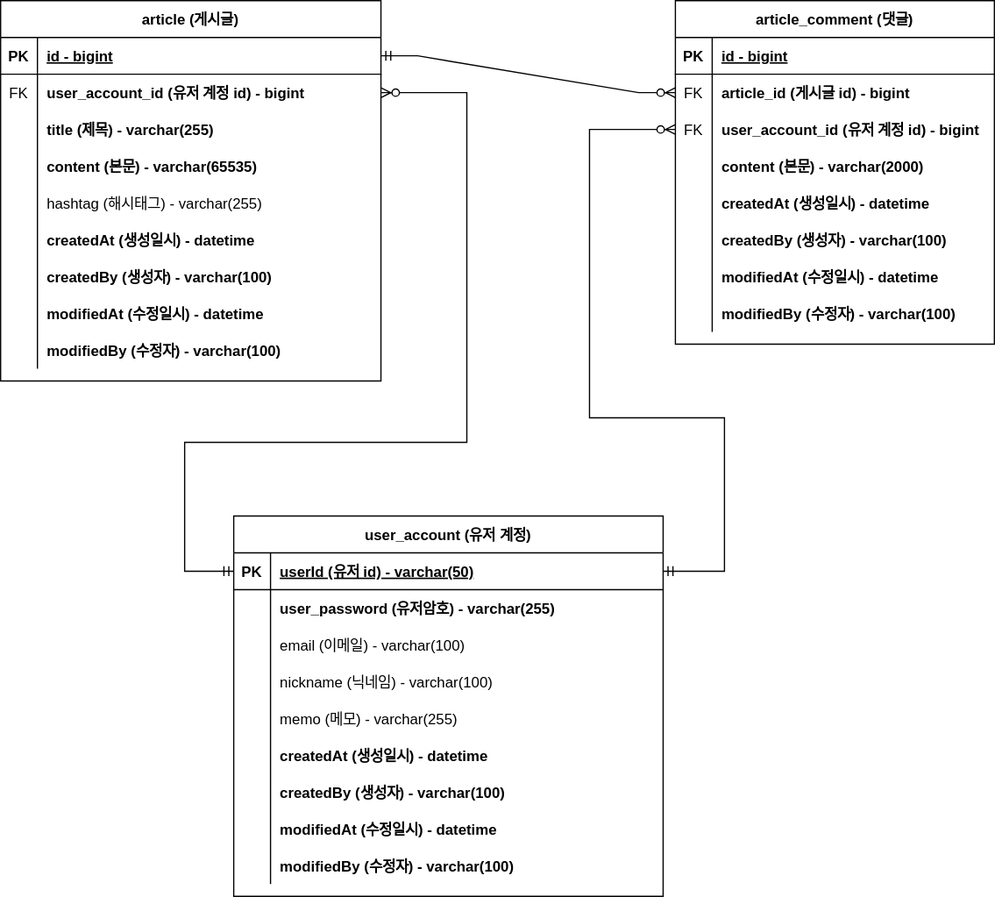
The draw.io diagram document/project-board-erd.svg in b2b2004/Spring-project-board, before a commit. Source tidied: cells renumbered, new cells last; positions are measured from the earlier drawing's top-left corner, leaving out a move shared by most shapes.
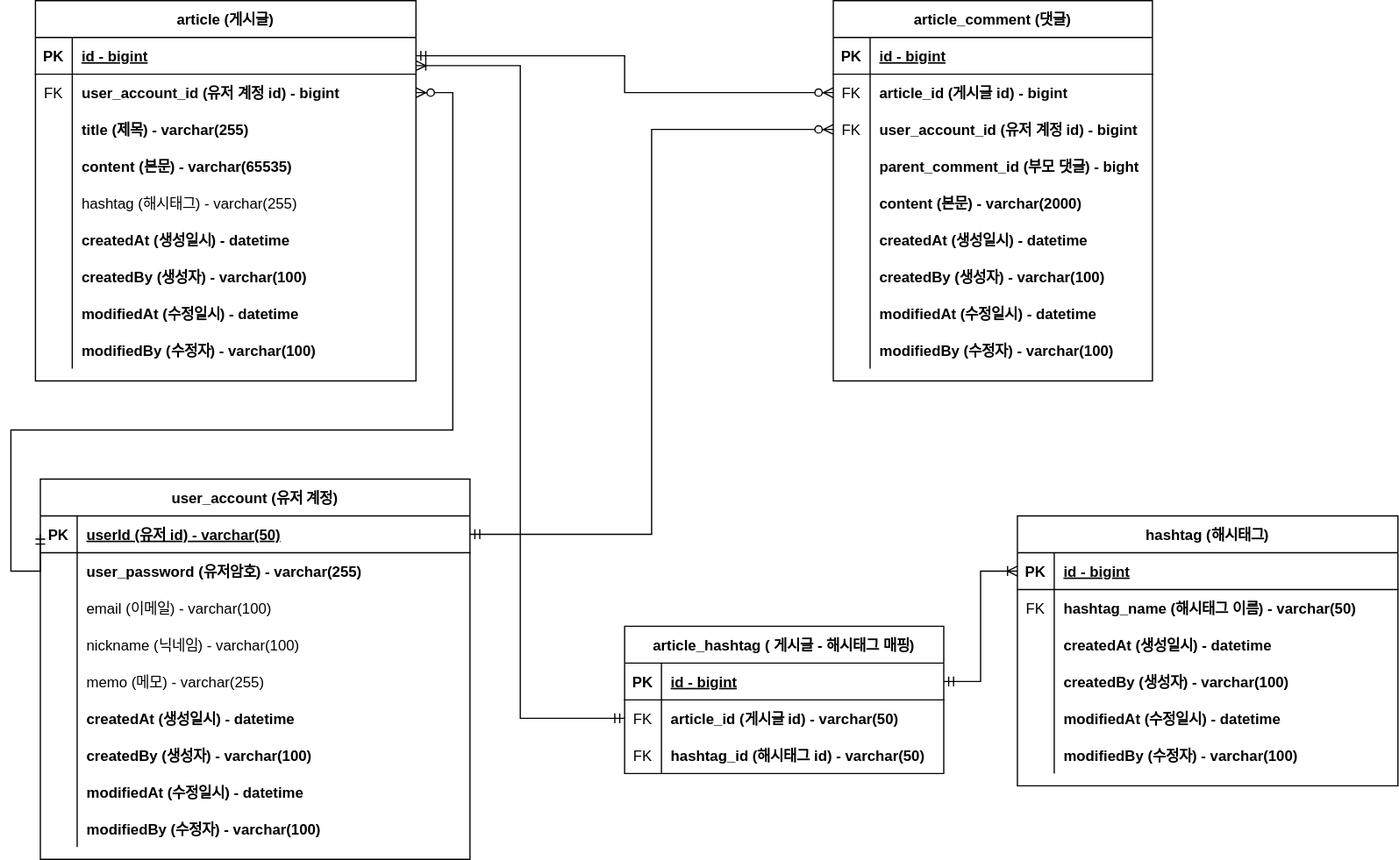
The same file after the commit.

Commit message:
#51 - project-board-erd.svg 업데이트 대댓글, 해시태그

Diff of the diagram source:
```diff
@@ -87,7 +87,7 @@
       <mxGeometry x="30" width="280" height="30" as="geometry" />
     </mxCell>
     <mxCell id="30" value="article_comment (댓글)" style="shape=table;startSize=30;rowLines=0;fontStyle=1;align=center;" parent="1" vertex="1">
-      <mxGeometry x="550" width="260" height="280" as="geometry" />
+      <mxGeometry x="650" width="260" height="310" as="geometry" />
     </mxCell>
     <mxCell id="31" style="shape=tableRow;horizontal=0;startSize=0;swimlaneHead=0;swimlaneBody=0;fillColor=none;top=0;left=0;right=0;bottom=1;" parent="30" vertex="1">
       <mxGeometry y="30" width="260" height="30" as="geometry" />
@@ -116,8 +116,17 @@
     <mxCell id="39" value="user_account_id (유저 계정 id) - bigint" style="shape=partialRectangle;fillColor=none;top=0;left=0;bottom=0;right=0;align=left;spacingLeft=6;overflow=hidden;fontStyle=1;" parent="37" vertex="1">
       <mxGeometry x="30" width="230" height="30" as="geometry" />
     </mxCell>
+    <mxCell id="86" style="shape=tableRow;horizontal=0;startSize=0;swimlaneHead=0;swimlaneBody=0;fillColor=none;top=0;left=0;right=0;bottom=0;" parent="30" vertex="1">
+      <mxGeometry y="120" width="260" height="30" as="geometry" />
+    </mxCell>
+    <mxCell id="87" style="shape=partialRectangle;fillColor=none;top=0;left=0;bottom=0;right=0;overflow=hidden;" parent="86" vertex="1">
+      <mxGeometry width="30" height="30" as="geometry" />
+    </mxCell>
+    <mxCell id="88" value="parent_comment_id (부모 댓글) - bight" style="shape=partialRectangle;fillColor=none;top=0;left=0;bottom=0;right=0;align=left;spacingLeft=6;overflow=hidden;fontStyle=1;" parent="86" vertex="1">
+      <mxGeometry x="30" width="230" height="30" as="geometry" />
+    </mxCell>
     <mxCell id="40" style="shape=tableRow;horizontal=0;startSize=0;swimlaneHead=0;swimlaneBody=0;fillColor=none;top=0;left=0;right=0;bottom=0;" parent="30" vertex="1">
-      <mxGeometry y="120" width="260" height="30" as="geometry" />
+      <mxGeometry y="150" width="260" height="30" as="geometry" />
     </mxCell>
     <mxCell id="41" style="shape=partialRectangle;fillColor=none;top=0;left=0;bottom=0;right=0;overflow=hidden;" parent="40" vertex="1">
       <mxGeometry width="30" height="30" as="geometry" />
@@ -126,7 +135,7 @@
       <mxGeometry x="30" width="230" height="30" as="geometry" />
     </mxCell>
     <mxCell id="43" style="shape=tableRow;horizontal=0;startSize=0;swimlaneHead=0;swimlaneBody=0;fillColor=none;top=0;left=0;right=0;bottom=0;" parent="30" vertex="1">
-      <mxGeometry y="150" width="260" height="30" as="geometry" />
+      <mxGeometry y="180" width="260" height="30" as="geometry" />
     </mxCell>
     <mxCell id="44" style="shape=partialRectangle;fillColor=none;top=0;left=0;bottom=0;right=0;overflow=hidden;" parent="43" vertex="1">
       <mxGeometry width="30" height="30" as="geometry" />
@@ -135,7 +144,7 @@
       <mxGeometry x="30" width="230" height="30" as="geometry" />
     </mxCell>
     <mxCell id="46" style="shape=tableRow;horizontal=0;startSize=0;swimlaneHead=0;swimlaneBody=0;fillColor=none;top=0;left=0;right=0;bottom=0;" parent="30" vertex="1">
-      <mxGeometry y="180" width="260" height="30" as="geometry" />
+      <mxGeometry y="210" width="260" height="30" as="geometry" />
     </mxCell>
     <mxCell id="47" style="shape=partialRectangle;fillColor=none;top=0;left=0;bottom=0;right=0;overflow=hidden;" parent="46" vertex="1">
       <mxGeometry width="30" height="30" as="geometry" />
@@ -144,7 +153,7 @@
       <mxGeometry x="30" width="230" height="30" as="geometry" />
     </mxCell>
     <mxCell id="49" style="shape=tableRow;horizontal=0;startSize=0;swimlaneHead=0;swimlaneBody=0;fillColor=none;top=0;left=0;right=0;bottom=0;" parent="30" vertex="1">
-      <mxGeometry y="210" width="260" height="30" as="geometry" />
+      <mxGeometry y="240" width="260" height="30" as="geometry" />
     </mxCell>
     <mxCell id="50" style="shape=partialRectangle;fillColor=none;top=0;left=0;bottom=0;right=0;overflow=hidden;" parent="49" vertex="1">
       <mxGeometry width="30" height="30" as="geometry" />
@@ -153,7 +162,7 @@
       <mxGeometry x="30" width="230" height="30" as="geometry" />
     </mxCell>
     <mxCell id="52" style="shape=tableRow;horizontal=0;startSize=0;swimlaneHead=0;swimlaneBody=0;fillColor=none;top=0;left=0;right=0;bottom=0;" parent="30" vertex="1">
-      <mxGeometry y="240" width="260" height="30" as="geometry" />
+      <mxGeometry y="270" width="260" height="30" as="geometry" />
     </mxCell>
     <mxCell id="53" style="shape=partialRectangle;fillColor=none;top=0;left=0;bottom=0;right=0;overflow=hidden;" parent="52" vertex="1">
       <mxGeometry width="30" height="30" as="geometry" />
@@ -161,11 +170,11 @@
     <mxCell id="54" value="modifiedBy (수정자) - varchar(100)" style="shape=partialRectangle;fillColor=none;top=0;left=0;bottom=0;right=0;align=left;spacingLeft=6;overflow=hidden;fontStyle=1;" parent="52" vertex="1">
       <mxGeometry x="30" width="230" height="30" as="geometry" />
     </mxCell>
-    <mxCell id="55" style="edgeStyle=entityRelationEdgeStyle;fontSize=12;html=1;endArrow=ERzeroToMany;startArrow=ERmandOne;rounded=0;exitX=1;exitY=0.5;exitDx=0;exitDy=0;entryX=0;entryY=0.5;entryDx=0;entryDy=0;" parent="1" edge="1" source="3" target="34">
+    <mxCell id="55" style="edgeStyle=orthogonalEdgeStyle;fontSize=12;html=1;endArrow=ERzeroToMany;startArrow=ERmandOne;rounded=0;exitX=1;exitY=0.5;exitDx=0;exitDy=0;entryX=0;entryY=0.5;entryDx=0;entryDy=0;" parent="1" edge="1" source="3" target="34">
       <mxGeometry relative="1" as="geometry" />
     </mxCell>
     <mxCell id="56" value="user_account (유저 계정)" style="shape=table;startSize=30;rowLines=0;fontStyle=1;align=center;" parent="1" vertex="1">
-      <mxGeometry x="190" y="420" width="350" height="310" as="geometry" />
+      <mxGeometry x="4" y="390" width="350" height="310" as="geometry" />
     </mxCell>
     <mxCell id="57" style="shape=tableRow;horizontal=0;startSize=0;swimlaneHead=0;swimlaneBody=0;fillColor=none;points=[[0,0.5],[1,0.5]];portConstraint=eastwest;top=0;left=0;right=0;bottom=1;" parent="56" vertex="1">
       <mxGeometry y="30" width="350" height="30" as="geometry" />
@@ -249,24 +258,111 @@
       <mxGeometry x="30" width="320" height="30" as="geometry" />
     </mxCell>
     <mxCell id="84" style="edgeStyle=orthogonalEdgeStyle;fontSize=12;html=1;endArrow=ERzeroToMany;startArrow=ERmandOne;rounded=0;elbow=vertical;exitX=1;exitY=0.5;exitDx=0;exitDy=0;entryX=0;entryY=0.5;entryDx=0;entryDy=0;" parent="1" edge="1" source="57" target="37">
-      <mxGeometry relative="1" as="geometry">
-        <Array as="points">
-          <mxPoint x="590" y="465" />
-          <mxPoint x="590" y="340" />
-          <mxPoint x="480" y="340" />
-          <mxPoint x="480" y="105" />
-        </Array>
-      </mxGeometry>
+      <mxGeometry relative="1" as="geometry" />
     </mxCell>
     <mxCell id="85" style="edgeStyle=orthogonalEdgeStyle;fontSize=12;html=1;endArrow=ERzeroToMany;startArrow=ERmandOne;rounded=0;elbow=vertical;entryX=1;entryY=0.5;entryDx=0;entryDy=0;exitX=0;exitY=0.5;exitDx=0;exitDy=0;" parent="1" edge="1" source="57" target="6">
       <mxGeometry relative="1" as="geometry">
         <Array as="points">
-          <mxPoint x="150" y="465" />
-          <mxPoint x="150" y="360" />
-          <mxPoint x="380" y="360" />
-          <mxPoint x="380" y="75" />
+          <mxPoint x="4" y="465" />
+          <mxPoint x="-20" y="465" />
+          <mxPoint x="-20" y="350" />
+          <mxPoint x="340" y="350" />
+          <mxPoint x="340" y="75" />
         </Array>
       </mxGeometry>
     </mxCell>
+    <mxCell id="89" value="article_hashtag ( 게시글 - 해시태그 매핑)" style="shape=table;startSize=30;rowLines=0;fontStyle=1;align=center;" parent="1" vertex="1">
+      <mxGeometry x="480" y="510" width="260" height="120" as="geometry" />
+    </mxCell>
+    <mxCell id="90" style="shape=tableRow;horizontal=0;startSize=0;swimlaneHead=0;swimlaneBody=0;fillColor=none;points=[[0,0.5],[1,0.5]];portConstraint=eastwest;top=0;left=0;right=0;bottom=1;" parent="89" vertex="1">
+      <mxGeometry y="30" width="260" height="30" as="geometry" />
+    </mxCell>
+    <mxCell id="91" value="PK" style="shape=partialRectangle;fillColor=none;top=0;left=0;bottom=0;right=0;fontStyle=1;overflow=hidden;" parent="90" vertex="1">
+      <mxGeometry width="30" height="30" as="geometry" />
+    </mxCell>
+    <mxCell id="92" value="id - bigint" style="shape=partialRectangle;fillColor=none;top=0;left=0;bottom=0;right=0;align=left;spacingLeft=6;fontStyle=5;overflow=hidden;" parent="90" vertex="1">
+      <mxGeometry x="30" width="230" height="30" as="geometry" />
+    </mxCell>
+    <mxCell id="93" style="shape=tableRow;horizontal=0;startSize=0;swimlaneHead=0;swimlaneBody=0;fillColor=none;points=[[0,0.5],[1,0.5]];portConstraint=eastwest;top=0;left=0;right=0;bottom=0;" parent="89" vertex="1">
+      <mxGeometry y="60" width="260" height="30" as="geometry" />
+    </mxCell>
+    <mxCell id="94" value="FK" style="shape=partialRectangle;fillColor=none;top=0;left=0;bottom=0;right=0;overflow=hidden;" parent="93" vertex="1">
+      <mxGeometry width="30" height="30" as="geometry" />
+    </mxCell>
+    <mxCell id="95" value="article_id (게시글 id) - varchar(50)" style="shape=partialRectangle;fillColor=none;top=0;left=0;bottom=0;right=0;align=left;spacingLeft=6;overflow=hidden;fontStyle=1;" parent="93" vertex="1">
+      <mxGeometry x="30" width="230" height="30" as="geometry" />
+    </mxCell>
+    <mxCell id="96" style="shape=tableRow;horizontal=0;startSize=0;swimlaneHead=0;swimlaneBody=0;fillColor=none;top=0;left=0;right=0;bottom=0;" parent="89" vertex="1">
+      <mxGeometry y="90" width="260" height="30" as="geometry" />
+    </mxCell>
+    <mxCell id="97" value="FK" style="shape=partialRectangle;fillColor=none;top=0;left=0;bottom=0;right=0;overflow=hidden;" parent="96" vertex="1">
+      <mxGeometry width="30" height="30" as="geometry" />
+    </mxCell>
+    <mxCell id="98" value="hashtag_id (해시태그 id) - varchar(50)" style="shape=partialRectangle;fillColor=none;top=0;left=0;bottom=0;right=0;align=left;spacingLeft=6;overflow=hidden;fontStyle=1;" parent="96" vertex="1">
+      <mxGeometry x="30" width="230" height="30" as="geometry" />
+    </mxCell>
+    <mxCell id="99" value="hashtag (해시태그)" style="shape=table;startSize=30;rowLines=0;fontStyle=1;align=center;" parent="1" vertex="1">
+      <mxGeometry x="800" y="420" width="310" height="220" as="geometry" />
+    </mxCell>
+    <mxCell id="100" style="shape=tableRow;horizontal=0;startSize=0;swimlaneHead=0;swimlaneBody=0;fillColor=none;points=[[0,0.5],[1,0.5]];portConstraint=eastwest;top=0;left=0;right=0;bottom=1;" parent="99" vertex="1">
+      <mxGeometry y="30" width="310" height="30" as="geometry" />
+    </mxCell>
+    <mxCell id="101" value="PK" style="shape=partialRectangle;fillColor=none;top=0;left=0;bottom=0;right=0;fontStyle=1;overflow=hidden;" parent="100" vertex="1">
+      <mxGeometry width="30" height="30" as="geometry" />
+    </mxCell>
+    <mxCell id="102" value="id - bigint" style="shape=partialRectangle;fillColor=none;top=0;left=0;bottom=0;right=0;align=left;spacingLeft=6;fontStyle=5;overflow=hidden;" parent="100" vertex="1">
+      <mxGeometry x="30" width="280" height="30" as="geometry" />
+    </mxCell>
+    <mxCell id="103" style="shape=tableRow;horizontal=0;startSize=0;swimlaneHead=0;swimlaneBody=0;fillColor=none;top=0;left=0;right=0;bottom=0;" parent="99" vertex="1">
+      <mxGeometry y="60" width="310" height="30" as="geometry" />
+    </mxCell>
+    <mxCell id="104" value="FK" style="shape=partialRectangle;fillColor=none;top=0;left=0;bottom=0;right=0;overflow=hidden;" parent="103" vertex="1">
+      <mxGeometry width="30" height="30" as="geometry" />
+    </mxCell>
+    <mxCell id="105" value="hashtag_name (해시태그 이름) - varchar(50)" style="shape=partialRectangle;fillColor=none;top=0;left=0;bottom=0;right=0;align=left;spacingLeft=6;overflow=hidden;fontStyle=1;" parent="103" vertex="1">
+      <mxGeometry x="30" width="280" height="30" as="geometry" />
+    </mxCell>
+    <mxCell id="106" style="shape=tableRow;horizontal=0;startSize=0;swimlaneHead=0;swimlaneBody=0;fillColor=none;top=0;left=0;right=0;bottom=0;" parent="99" vertex="1">
+      <mxGeometry y="90" width="310" height="30" as="geometry" />
+    </mxCell>
+    <mxCell id="107" style="shape=partialRectangle;fillColor=none;top=0;left=0;bottom=0;right=0;overflow=hidden;" parent="106" vertex="1">
+      <mxGeometry width="30" height="30" as="geometry" />
+    </mxCell>
+    <mxCell id="108" value="createdAt (생성일시) - datetime" style="shape=partialRectangle;fillColor=none;top=0;left=0;bottom=0;right=0;align=left;spacingLeft=6;overflow=hidden;fontStyle=1;" parent="106" vertex="1">
+      <mxGeometry x="30" width="280" height="30" as="geometry" />
+    </mxCell>
+    <mxCell id="109" style="shape=tableRow;horizontal=0;startSize=0;swimlaneHead=0;swimlaneBody=0;fillColor=none;top=0;left=0;right=0;bottom=0;" parent="99" vertex="1">
+      <mxGeometry y="120" width="310" height="30" as="geometry" />
+    </mxCell>
+    <mxCell id="110" style="shape=partialRectangle;fillColor=none;top=0;left=0;bottom=0;right=0;overflow=hidden;" parent="109" vertex="1">
+      <mxGeometry width="30" height="30" as="geometry" />
+    </mxCell>
+    <mxCell id="111" value="createdBy (생성자) - varchar(100)" style="shape=partialRectangle;fillColor=none;top=0;left=0;bottom=0;right=0;align=left;spacingLeft=6;overflow=hidden;fontStyle=1;" parent="109" vertex="1">
+      <mxGeometry x="30" width="280" height="30" as="geometry" />
+    </mxCell>
+    <mxCell id="112" style="shape=tableRow;horizontal=0;startSize=0;swimlaneHead=0;swimlaneBody=0;fillColor=none;top=0;left=0;right=0;bottom=0;" parent="99" vertex="1">
+      <mxGeometry y="150" width="310" height="30" as="geometry" />
+    </mxCell>
+    <mxCell id="113" style="shape=partialRectangle;fillColor=none;top=0;left=0;bottom=0;right=0;overflow=hidden;" parent="112" vertex="1">
+      <mxGeometry width="30" height="30" as="geometry" />
+    </mxCell>
+    <mxCell id="114" value="modifiedAt (수정일시) - datetime" style="shape=partialRectangle;fillColor=none;top=0;left=0;bottom=0;right=0;align=left;spacingLeft=6;overflow=hidden;fontStyle=1;" parent="112" vertex="1">
+      <mxGeometry x="30" width="280" height="30" as="geometry" />
+    </mxCell>
+    <mxCell id="115" style="shape=tableRow;horizontal=0;startSize=0;swimlaneHead=0;swimlaneBody=0;fillColor=none;top=0;left=0;right=0;bottom=0;" parent="99" vertex="1">
+      <mxGeometry y="180" width="310" height="30" as="geometry" />
+    </mxCell>
+    <mxCell id="116" style="shape=partialRectangle;fillColor=none;top=0;left=0;bottom=0;right=0;overflow=hidden;" parent="115" vertex="1">
+      <mxGeometry width="30" height="30" as="geometry" />
+    </mxCell>
+    <mxCell id="117" value="modifiedBy (수정자) - varchar(100)" style="shape=partialRectangle;fillColor=none;top=0;left=0;bottom=0;right=0;align=left;spacingLeft=6;overflow=hidden;fontStyle=1;" parent="115" vertex="1">
+      <mxGeometry x="30" width="280" height="30" as="geometry" />
+    </mxCell>
+    <mxCell id="118" style="endArrow=ERmandOne;html=1;rounded=0;startArrow=ERoneToMany;startFill=0;endFill=0;exitX=1;exitY=0.767;exitDx=0;exitDy=0;exitPerimeter=0;entryX=0;entryY=0.5;entryDx=0;entryDy=0;edgeStyle=orthogonalEdgeStyle;" parent="1" edge="1" source="3" target="93">
+      <mxGeometry relative="1" as="geometry" />
+    </mxCell>
+    <mxCell id="119" style="endArrow=ERmandOne;html=1;rounded=0;startArrow=ERoneToMany;startFill=0;endFill=0;exitX=0;exitY=0.5;exitDx=0;exitDy=0;entryX=1;entryY=0.5;entryDx=0;entryDy=0;edgeStyle=orthogonalEdgeStyle;" parent="1" edge="1" source="100" target="90">
+      <mxGeometry relative="1" as="geometry" />
+    </mxCell>
   </root>
 </mxGraphModel>
```
